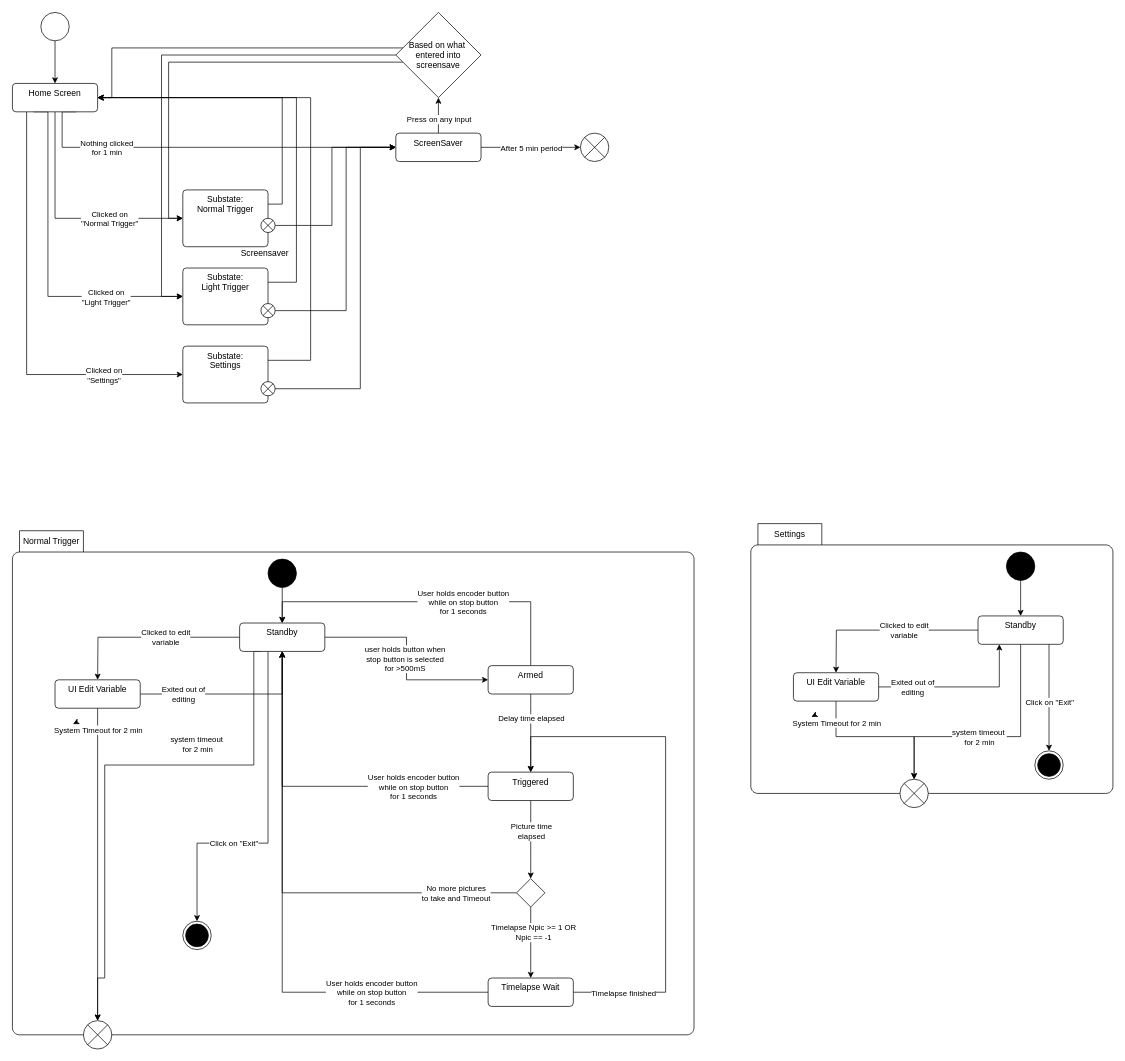
Earlier version of the draw.io diagram Firmware/StateDiagramNextGen.drawio (Electro707/p1010_camera_remote_shutter_v2). Source tidied: cells renumbered, new cells numbered last; positions are measured from the earlier drawing's top-left corner, leaving out a move shared by most shapes. Both pictures are drawn from the tidied source at 71%, with x=0, y=0 at pixel (12, 12).
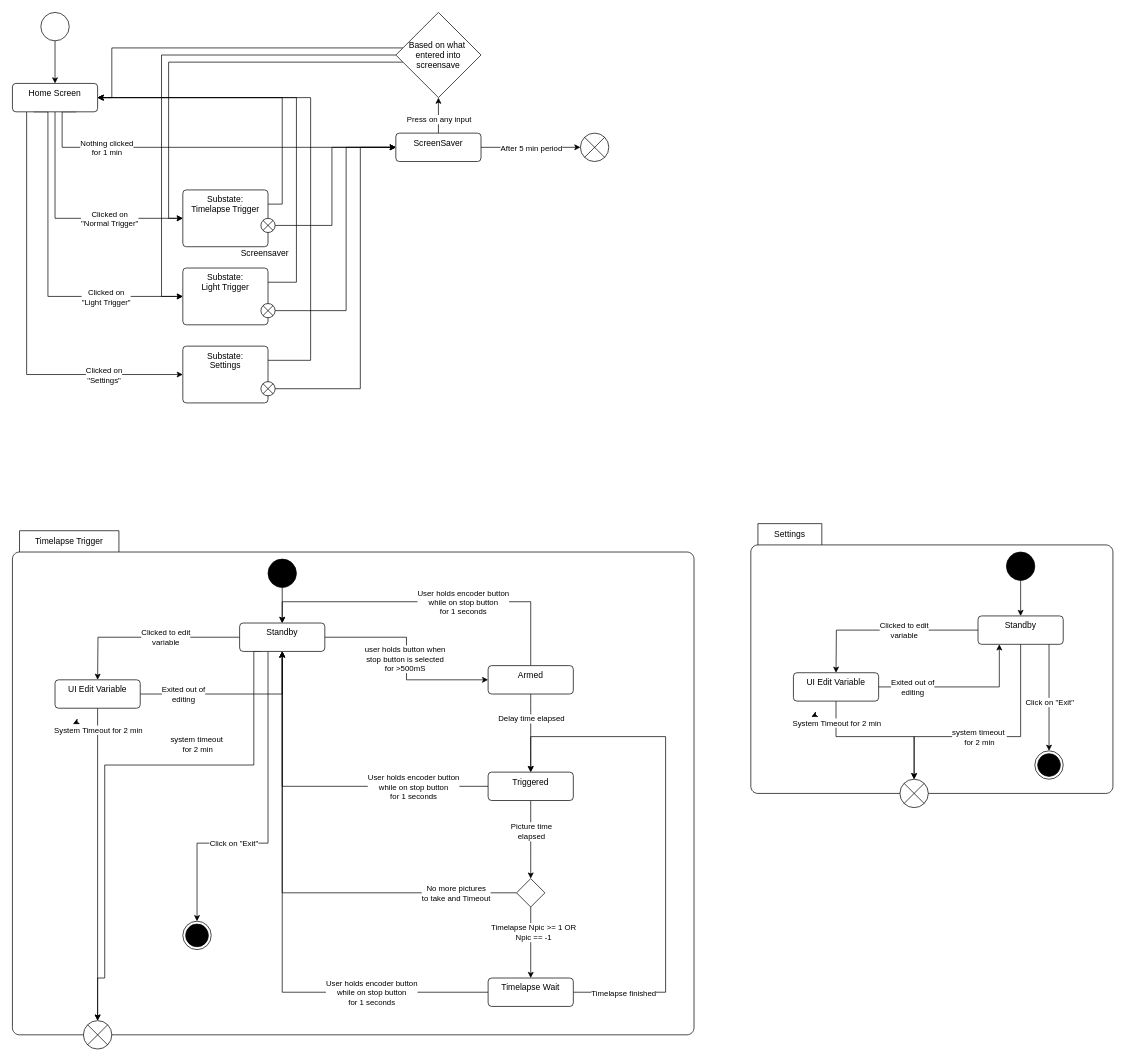
The same page after the edit.

Unchanged cells that the change refers to:
```xml
<mxCell id="74" style="group;" parent="1" vertex="1">
  <mxGeometry x="240" y="250" width="130" height="80" as="geometry" />
</mxCell>
```

What changed in the source:
```diff
@@
-    <mxCell id="3" value="&lt;span style=&quot;text-align: left;&quot;&gt;Normal Trigger&lt;/span&gt;" style="shape=folder;align=center;verticalAlign=middle;fontStyle=0;tabWidth=100;tabHeight=30;tabPosition=left;html=1;boundedLbl=1;labelInHeader=1;rounded=1;absoluteArcSize=1;arcSize=10;whiteSpace=wrap;fillColor=none;" parent="1" vertex="1">
+    <mxCell id="3" value="&lt;span style=&quot;text-align: left;&quot;&gt;Timelapse Trigger&lt;/span&gt;" style="shape=folder;align=center;verticalAlign=middle;fontStyle=0;tabWidth=150;tabHeight=30;tabPosition=left;html=1;boundedLbl=1;labelInHeader=1;rounded=1;absoluteArcSize=1;arcSize=10;whiteSpace=wrap;fillColor=none;" parent="1" vertex="1">
       <mxGeometry y="730" width="960" height="710" as="geometry" />
     </mxCell>
@@
-    <mxCell id="75" value="Substate:&lt;br&gt;Normal Trigger" style="html=1;align=center;verticalAlign=top;rounded=1;absoluteArcSize=1;arcSize=10;dashed=0;whiteSpace=wrap;" parent="74" vertex="1">
+    <mxCell id="75" value="Substate:&lt;br&gt;Timelapse Trigger" style="html=1;align=center;verticalAlign=top;rounded=1;absoluteArcSize=1;arcSize=10;dashed=0;whiteSpace=wrap;" parent="74" vertex="1">
       <mxGeometry width="120" height="80" as="geometry" />
     </mxCell>
```
